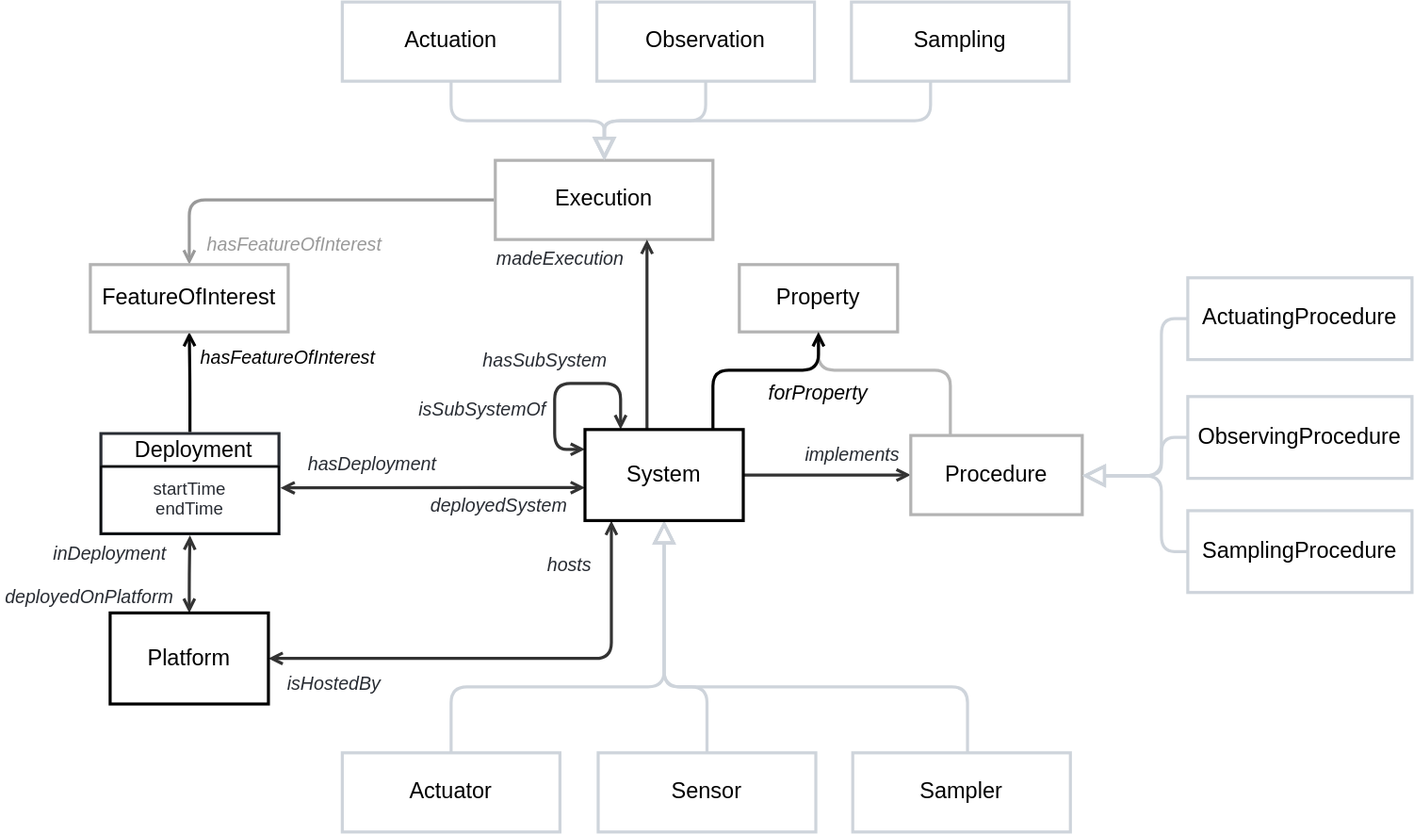
Earlier version of the draw.io export ssn/images/System.svg (afeliachi/sdw-sosa-ssn). Source tidied: cells renumbered, new cells last; positions are measured from the earlier drawing's top-left corner, leaving out a move shared by most shapes.
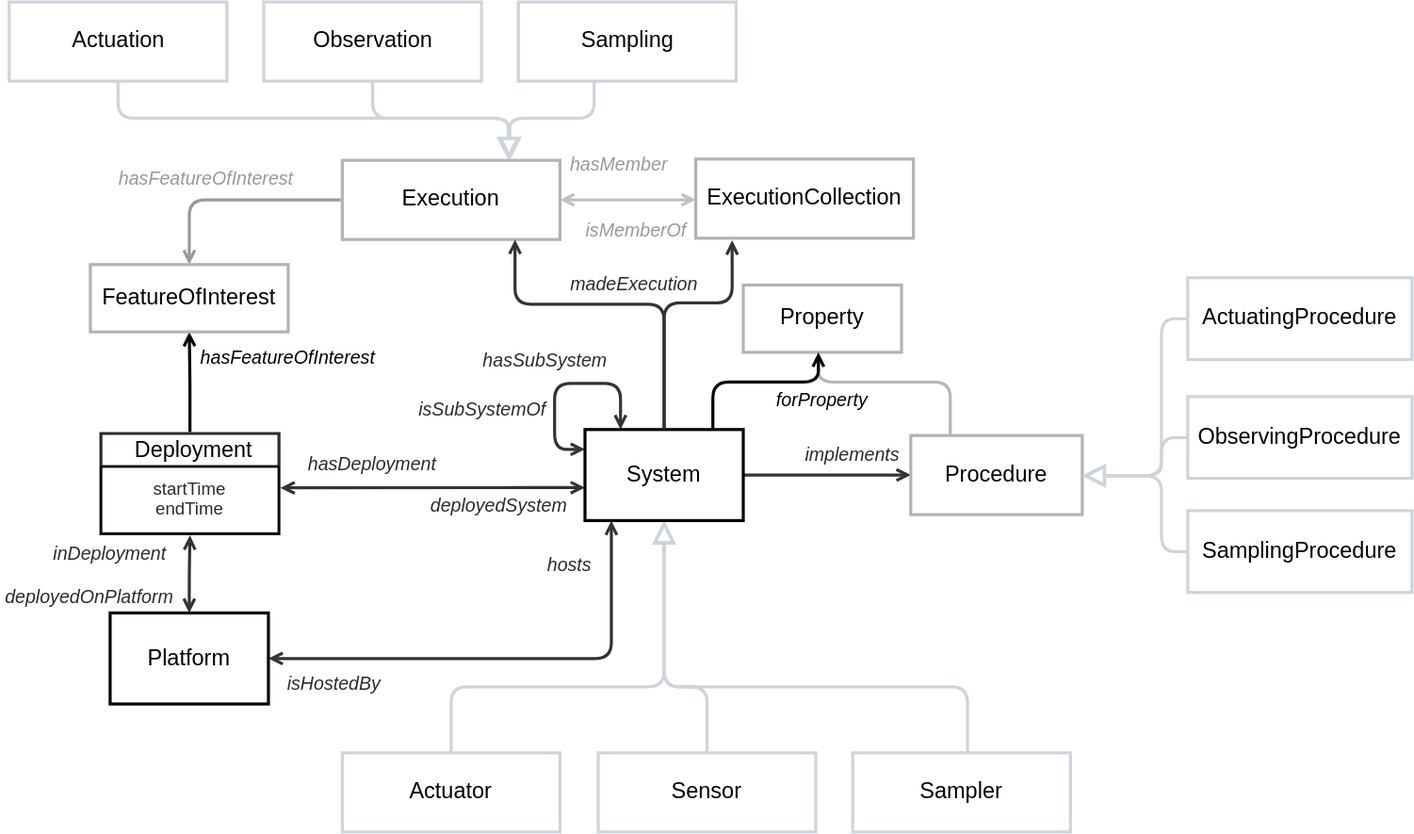
The same diagram one commit later.

Commit message:
add link System-->ExecutionCollection

Change to the diagram source:
```diff
@@ -85,8 +85,8 @@
     <mxCell id="18" value="deployedOnPlatform" style="html=1;overflow=block;blockSpacing=1;whiteSpace=wrap;fontSize=14;fontColor=#282c33;fontStyle=2;align=center;spacing=0;strokeColor=none;strokeOpacity=100;fillOpacity=100;fillColor=none;strokeWidth=2.3;lucidId=qIhhbQgKS0fw;" parent="1" vertex="1">
       <mxGeometry y="438" width="135" height="25" as="geometry" />
     </mxCell>
-    <mxCell id="19" value="forProperty" style="html=1;overflow=block;blockSpacing=1;whiteSpace=wrap;fontSize=15.2;fontStyle=2;align=center;spacing=0;strokeColor=none;strokeOpacity=100;fillOpacity=100;fillColor=none;strokeWidth=2.3;lucidId=9-flyV7V.OQu;" parent="1" vertex="1">
-      <mxGeometry x="571" y="282" width="98" height="30" as="geometry" />
+    <mxCell id="19" value="forProperty" style="html=1;overflow=block;blockSpacing=1;whiteSpace=wrap;fontSize=14;fontStyle=2;align=center;spacing=0;strokeColor=none;strokeOpacity=100;fillOpacity=100;fillColor=none;strokeWidth=2.3;lucidId=9-flyV7V.OQu;" parent="1" vertex="1">
+      <mxGeometry x="574" y="287" width="98" height="30" as="geometry" />
     </mxCell>
     <mxCell id="20" style="html=1;jettySize=18;whiteSpace=wrap;fontSize=13;strokeColor=#333333;strokeOpacity=100;strokeWidth=2.3;rounded=1;arcSize=24;edgeStyle=orthogonalEdgeStyle;startArrow=none;endArrow=open;lucidId=GPWxpaa9ISVR;" parent="1" edge="1" source="39" target="38">
       <mxGeometry relative="1" as="geometry">
@@ -100,35 +100,40 @@
       <mxGeometry x="600" y="324" width="92" height="37" as="geometry" />
     </mxCell>
     <mxCell id="22" style="html=1;jettySize=18;whiteSpace=wrap;fontSize=13;strokeColor=#ced4db;strokeOpacity=100;strokeWidth=2.3;rounded=1;arcSize=24;edgeStyle=orthogonalEdgeStyle;startArrow=none;lucidId=19IzlvXlyOFM;endArrow=block;endFill=0;endSize=12;" parent="1" edge="1" source="49" target="26">
-      <mxGeometry relative="1" as="geometry" />
+      <mxGeometry relative="1" as="geometry">
+        <Array as="points">
+          <mxPoint x="282" y="88" />
+          <mxPoint x="385" y="88" />
+        </Array>
+      </mxGeometry>
     </mxCell>
     <mxCell id="23" style="html=1;jettySize=18;whiteSpace=wrap;fontSize=13;strokeColor=#ced4db;strokeOpacity=100;strokeWidth=2.3;rounded=1;arcSize=24;edgeStyle=orthogonalEdgeStyle;startArrow=none;lucidId=19IzR~oU~BUy;endArrow=block;endFill=0;endSize=12;" parent="1" edge="1" source="25" target="26">
       <mxGeometry relative="1" as="geometry">
         <Array as="points">
-          <mxPoint x="705" y="90" />
-          <mxPoint x="458" y="90" />
+          <mxPoint x="450" y="88" />
+          <mxPoint x="386" y="88" />
         </Array>
       </mxGeometry>
     </mxCell>
     <mxCell id="24" value="Actuation" style="html=1;overflow=block;blockSpacing=1;whiteSpace=wrap;fontSize=16.8;align=center;spacing=0;strokeColor=#ced4db;strokeOpacity=100;fillColor=none;strokeWidth=2.3;" parent="1" vertex="1">
-      <mxGeometry x="259" width="165" height="60" as="geometry" />
+      <mxGeometry x="6.5" width="165" height="60" as="geometry" />
     </mxCell>
     <mxCell id="25" value="Sampling" style="html=1;overflow=block;blockSpacing=1;whiteSpace=wrap;fontSize=16.8;align=center;spacing=0;strokeColor=#ced4db;strokeOpacity=100;fillColor=none;strokeWidth=2.3;" parent="1" vertex="1">
-      <mxGeometry x="645" width="165" height="60" as="geometry" />
+      <mxGeometry x="392.5" width="165" height="60" as="geometry" />
     </mxCell>
     <mxCell id="26" value="Execution" style="html=1;overflow=block;blockSpacing=1;whiteSpace=wrap;fontSize=16.8;align=center;spacing=0;strokeColor=#B3B3B3;strokeOpacity=100;fillColor=none;strokeWidth=2.3;" parent="1" vertex="1">
-      <mxGeometry x="375" y="120" width="165" height="60" as="geometry" />
+      <mxGeometry x="259" y="120" width="165" height="60" as="geometry" />
     </mxCell>
     <mxCell id="27" style="html=1;jettySize=18;whiteSpace=wrap;fontSize=13;strokeColor=#333333;strokeOpacity=100;strokeWidth=2.3;rounded=1;arcSize=24;edgeStyle=orthogonalEdgeStyle;startArrow=open;endArrow=none;lucidId=c.Izk5oxzgX0;" parent="1" edge="1" source="26" target="39">
       <mxGeometry relative="1" as="geometry">
         <Array as="points">
-          <mxPoint x="490" y="229" />
-          <mxPoint x="490" y="229" />
+          <mxPoint x="390" y="229" />
+          <mxPoint x="503" y="229" />
         </Array>
       </mxGeometry>
     </mxCell>
     <mxCell id="28" value="madeExecution" style="html=1;overflow=block;blockSpacing=1;whiteSpace=wrap;fontSize=14;fontColor=#282c33;fontStyle=2;align=center;spacing=0;strokeColor=none;strokeOpacity=100;fillOpacity=100;fillColor=none;strokeWidth=2.3;lucidId=C~IzkQtw9n-i;" parent="1" vertex="1">
-      <mxGeometry x="372" y="180" width="105" height="29" as="geometry" />
+      <mxGeometry x="428" y="199" width="105" height="29" as="geometry" />
     </mxCell>
     <mxCell id="29" value="isSubSystemOf" style="html=1;overflow=block;blockSpacing=1;whiteSpace=wrap;fontSize=14;fontColor=#282c33;fontStyle=2;align=center;spacing=0;strokeColor=none;strokeOpacity=100;fillOpacity=100;fillColor=none;strokeWidth=2.3;lucidId=FilIbVJwmj8V;" parent="1" vertex="1">
       <mxGeometry x="303" y="294" width="125" height="30" as="geometry" />
@@ -149,7 +154,7 @@
       <mxGeometry relative="1" as="geometry" />
     </mxCell>
     <mxCell id="35" value="hasFeatureOfInterest" style="html=1;overflow=block;blockSpacing=1;whiteSpace=wrap;fontSize=14;fontStyle=2;align=center;spacing=0;strokeColor=none;strokeOpacity=100;fillOpacity=100;fillColor=none;strokeWidth=2.3;lucidId=XeRsih5BFdr0;fontColor=#999999;" parent="1" vertex="1">
-      <mxGeometry x="143" y="169" width="160" height="29" as="geometry" />
+      <mxGeometry x="76" y="120" width="160" height="29" as="geometry" />
     </mxCell>
     <mxCell id="36" value="FeatureOfInterest" style="html=1;overflow=block;blockSpacing=1;whiteSpace=wrap;fontSize=16.8;align=center;spacing=0;strokeColor=#B3B3B3;strokeOpacity=100;fillColor=none;strokeWidth=2.3;" parent="1" vertex="1">
       <mxGeometry x="68" y="199" width="150" height="51" as="geometry" />
@@ -164,7 +169,7 @@
       <mxGeometry x="443" y="324" width="120" height="69" as="geometry" />
     </mxCell>
     <mxCell id="40" value="Property" style="html=1;overflow=block;blockSpacing=1;whiteSpace=wrap;fontSize=16.8;align=center;spacing=0;strokeColor=#B3B3B3;strokeOpacity=100;fillColor=none;strokeWidth=2.3;" parent="1" vertex="1">
-      <mxGeometry x="560" y="199" width="120" height="51" as="geometry" />
+      <mxGeometry x="563" y="214.5" width="120" height="51" as="geometry" />
     </mxCell>
     <mxCell id="41" value="ActuatingProcedure" style="html=1;overflow=block;blockSpacing=1;whiteSpace=wrap;fontSize=16.8;align=center;spacing=0;strokeColor=#ced4db;strokeOpacity=100;fillColor=none;strokeWidth=2.3;swimlaneFillColor=none;" parent="1" vertex="1">
       <mxGeometry x="900" y="209" width="170" height="62" as="geometry" />
@@ -202,24 +207,54 @@
     <mxCell id="47" style="html=1;jettySize=18;whiteSpace=wrap;fontSize=13;strokeOpacity=100;strokeWidth=2.3;rounded=1;arcSize=24;edgeStyle=orthogonalEdgeStyle;startArrow=none;endArrow=open;lucidId=9-flTu~Lg0YT;strokeColor=#B6B6B6;" parent="1" edge="1" source="38" target="40">
       <mxGeometry relative="1" as="geometry">
         <Array as="points">
-          <mxPoint x="720" y="279" />
-          <mxPoint x="620" y="279" />
+          <mxPoint x="720" y="288" />
+          <mxPoint x="620" y="288" />
         </Array>
       </mxGeometry>
     </mxCell>
     <mxCell id="48" style="html=1;jettySize=18;whiteSpace=wrap;fontSize=13;strokeColor=#ced4db;strokeOpacity=100;strokeWidth=2.3;rounded=1;arcSize=24;edgeStyle=orthogonalEdgeStyle;startArrow=none;lucidId=19IzrMP1ooRS;endArrow=block;endFill=0;endSize=12;" parent="1" edge="1" source="24" target="26">
-      <mxGeometry relative="1" as="geometry" />
+      <mxGeometry relative="1" as="geometry">
+        <Array as="points">
+          <mxPoint x="89" y="88" />
+          <mxPoint x="385" y="88" />
+        </Array>
+      </mxGeometry>
     </mxCell>
     <mxCell id="49" value="Observation" style="html=1;overflow=block;blockSpacing=1;whiteSpace=wrap;fontSize=16.8;align=center;spacing=0;strokeColor=#ced4db;strokeOpacity=100;fillColor=none;strokeWidth=2.3;" parent="1" vertex="1">
-      <mxGeometry x="452" width="165" height="60" as="geometry" />
+      <mxGeometry x="199.5" width="165" height="60" as="geometry" />
     </mxCell>
     <mxCell id="50" style="html=1;jettySize=18;whiteSpace=wrap;fontSize=13;strokeOpacity=100;strokeWidth=2.3;rounded=1;arcSize=24;edgeStyle=orthogonalEdgeStyle;startArrow=none;endArrow=open;lucidId=9-flTu~Lg0YT;" parent="1" edge="1" source="39" target="40">
       <mxGeometry relative="1" as="geometry">
         <Array as="points">
-          <mxPoint x="540" y="279" />
-          <mxPoint x="620" y="279" />
+          <mxPoint x="540" y="288" />
+          <mxPoint x="620" y="288" />
         </Array>
       </mxGeometry>
     </mxCell>
+    <mxCell id="51" value="ExecutionCollection" style="html=1;overflow=block;blockSpacing=1;whiteSpace=wrap;fontSize=16.8;align=center;spacing=0;strokeColor=#B3B3B3;strokeOpacity=100;fillColor=none;strokeWidth=2.3;" parent="1" vertex="1">
+      <mxGeometry x="527" y="119" width="165" height="60" as="geometry" />
+    </mxCell>
+    <mxCell id="52" style="html=1;jettySize=18;whiteSpace=wrap;fontSize=13;strokeColor=#333333;strokeOpacity=100;strokeWidth=2.3;rounded=1;arcSize=24;edgeStyle=orthogonalEdgeStyle;startArrow=open;endArrow=none;lucidId=c.Izk5oxzgX0;exitX=0.167;exitY=1.027;exitDx=0;exitDy=0;exitPerimeter=0;" parent="1" edge="1" source="51" target="39">
+      <mxGeometry relative="1" as="geometry">
+        <Array as="points">
+          <mxPoint x="555" y="228" />
+          <mxPoint x="503" y="228" />
+        </Array>
+      </mxGeometry>
+    </mxCell>
+    <mxCell id="53" style="html=1;jettySize=18;whiteSpace=wrap;fontSize=13;strokeColor=#C0C0C0;strokeOpacity=100;strokeWidth=2.3;rounded=1;arcSize=24;edgeStyle=orthogonalEdgeStyle;startArrow=open;endArrow=open;lucidId=GPWxpaa9ISVR;fillColor=#f5f5f5;gradientColor=#b3b3b3;startFill=0;" parent="1" edge="1" source="51" target="26">
+      <mxGeometry relative="1" as="geometry">
+        <Array as="points">
+          <mxPoint x="460" y="150" />
+          <mxPoint x="460" y="150" />
+        </Array>
+      </mxGeometry>
+    </mxCell>
+    <mxCell id="54" value="hasMember" style="html=1;overflow=block;blockSpacing=1;whiteSpace=wrap;fontSize=14;fontStyle=2;align=center;spacing=0;strokeColor=none;strokeOpacity=100;fillOpacity=100;fillColor=none;strokeWidth=2.3;lucidId=XeRsih5BFdr0;fontColor=#999999;" parent="1" vertex="1">
+      <mxGeometry x="424" y="108" width="90" height="30" as="geometry" />
+    </mxCell>
+    <mxCell id="55" value="isMemberOf" style="html=1;overflow=block;blockSpacing=1;whiteSpace=wrap;fontSize=14;fontStyle=2;align=center;spacing=0;strokeColor=none;strokeOpacity=100;fillOpacity=100;fillColor=none;strokeWidth=2.3;lucidId=XeRsih5BFdr0;fontColor=#999999;" parent="1" vertex="1">
+      <mxGeometry x="437" y="158" width="90" height="30" as="geometry" />
+    </mxCell>
   </root>
 </mxGraphModel>
```
